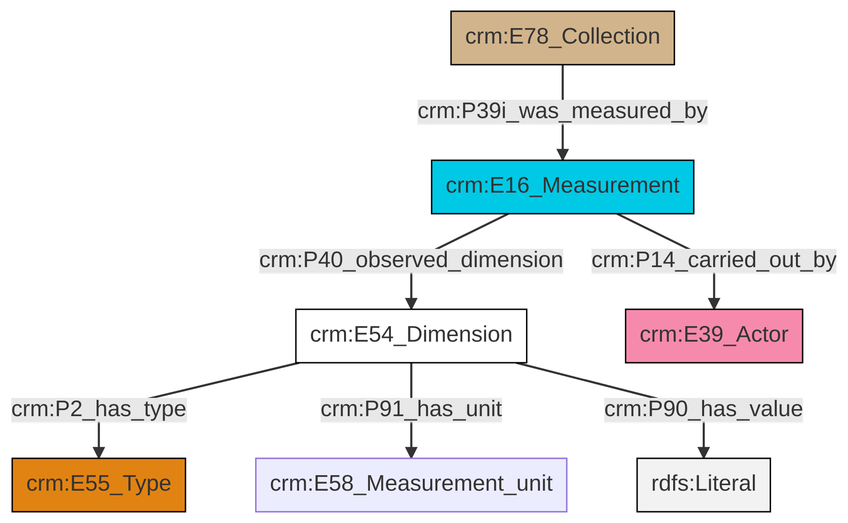
swiss-art-research-net/docs.swissartresearch keeps this Mermaid diagram as et/archivalCSV/ttl/mmd/png/archival_substance.png. Above is the earlier version. Its source is kept beside it as et/archivalCSV/ttl/mmd/archival_substance.ttl.mmd.
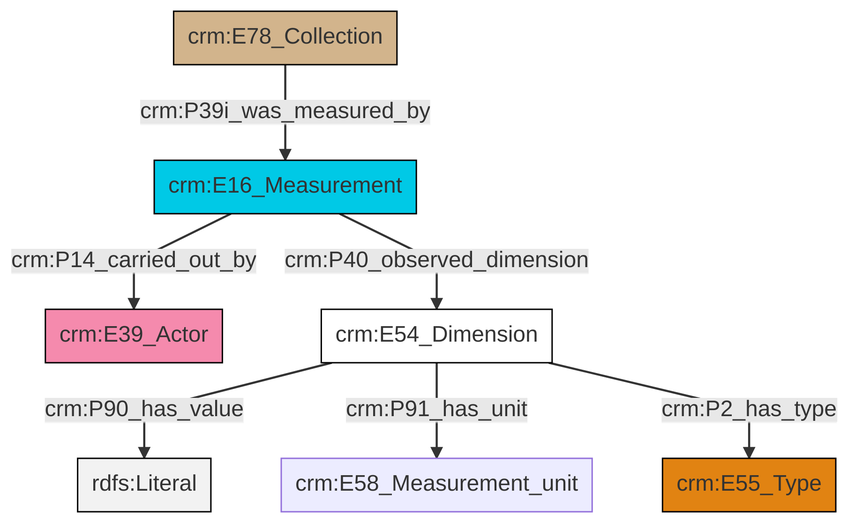
After the commit.

The edit, as a diff of the source:
```diff
@@ -13,9 +13,9 @@
 classDef PC_Classes fill:#4ce600, stroke:#000000;
 classDef Multi fill:#cccccc,stroke:#000000;
 
-2["crm:E78_Collection"]:::Physical_Thing -->|crm:P39i_was_measured_by| 0["crm:E16_Measurement"]:::Temporal_Entity
-4["crm:E54_Dimension"]:::CRM_Entity -->|crm:P2_has_type| 5["crm:E55_Type"]:::Type
-4["crm:E54_Dimension"]:::CRM_Entity -->|crm:P91_has_unit| 7["crm:E58_Measurement_unit"]:::Default
-0["crm:E16_Measurement"]:::Temporal_Entity -->|crm:P14_carried_out_by| 9["crm:E39_Actor"]:::Actor
-0["crm:E16_Measurement"]:::Temporal_Entity -->|crm:P40_observed_dimension| 4["crm:E54_Dimension"]:::CRM_Entity
-4["crm:E54_Dimension"]:::CRM_Entity -->|crm:P90_has_value| 12[rdfs:Literal]:::Literal
+0["crm:E16_Measurement"]:::Temporal_Entity -->|crm:P14_carried_out_by| 1["crm:E39_Actor"]:::Actor
+3["crm:E54_Dimension"]:::CRM_Entity -->|crm:P90_has_value| 4[rdfs:Literal]:::Literal
+5["crm:E78_Collection"]:::Physical_Thing -->|crm:P39i_was_measured_by| 0["crm:E16_Measurement"]:::Temporal_Entity
+0["crm:E16_Measurement"]:::Temporal_Entity -->|crm:P40_observed_dimension| 3["crm:E54_Dimension"]:::CRM_Entity
+3["crm:E54_Dimension"]:::CRM_Entity -->|crm:P91_has_unit| 10["crm:E58_Measurement_unit"]:::Default
+3["crm:E54_Dimension"]:::CRM_Entity -->|crm:P2_has_type| 8["crm:E55_Type"]:::Type
```
